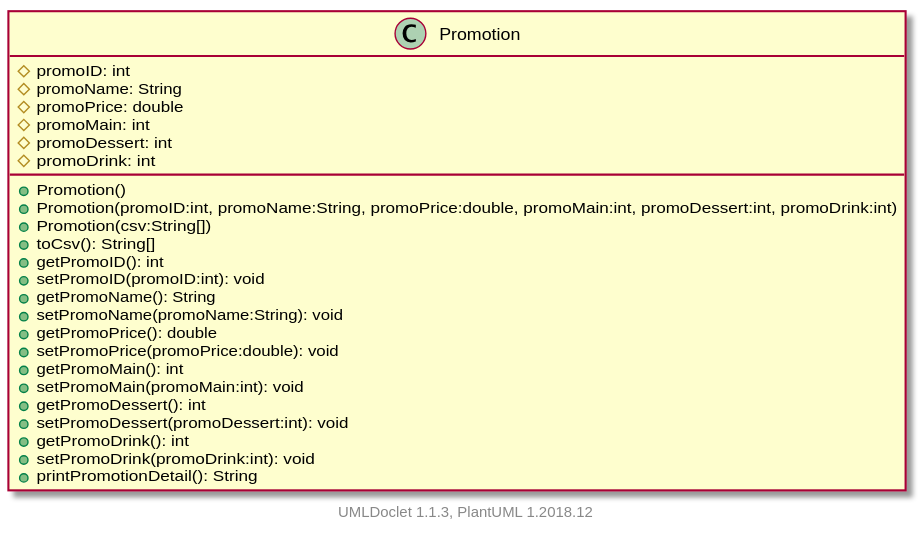
The PlantUML diagram projects/oodp/html/umlversion/uml/sg.edu.ntu.scse.cz2002.objects.menuitem.Promotion.svg in itachi1706/How-to-use-Git-NTUSCSE1819-Site, before a commit.
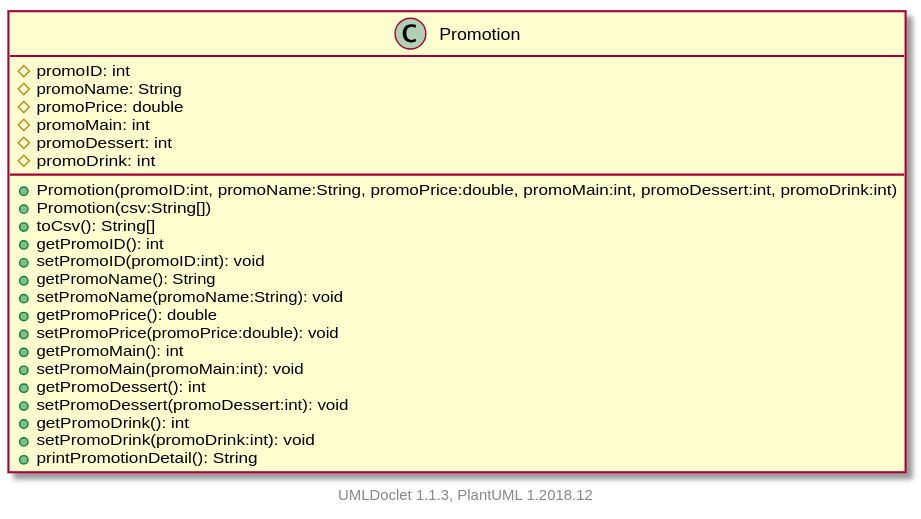
After the change.

The edit, as a diff of the source:
```diff
@@ -7,7 +7,6 @@
         #promoMain: int
         #promoDessert: int
         #promoDrink: int
-        +Promotion()
         +Promotion(promoID:int, promoName:String, promoPrice:double, promoMain:int, promoDessert:int, promoDrink:int)
         +Promotion(csv:String[])
         +toCsv(): String[]
```
